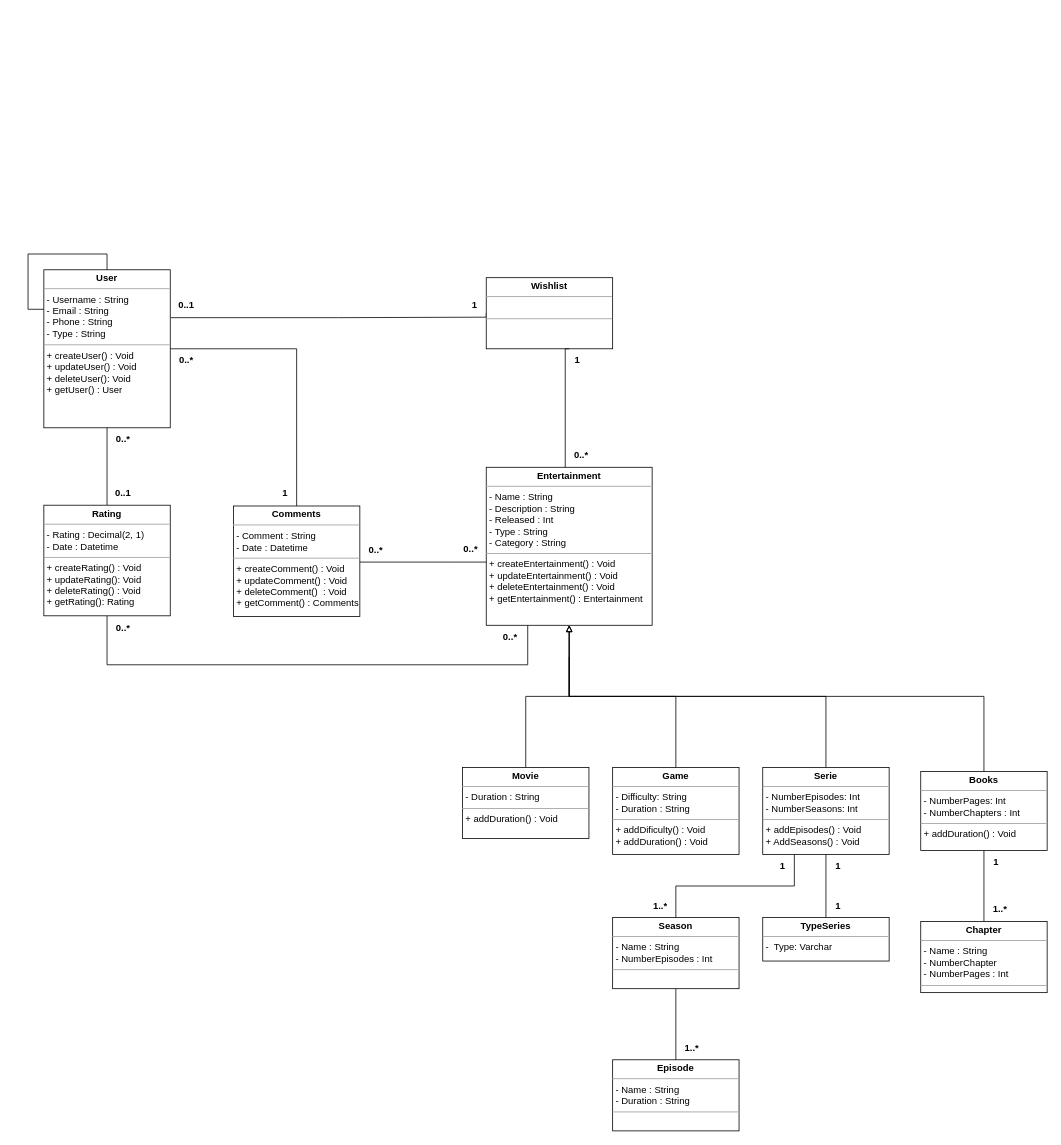
Above: Diagramas/Diagrama_de_classes.drawio in ViniciusDamiaoSilveira/Be-Connect (draw.io), before the change. Source tidied: cells renumbered, new cells numbered last; positions are measured from the earlier drawing's top-left corner, leaving out a move shared by most shapes. Both pictures are drawn from the tidied source at 79%, with x=0, y=0 at pixel (28, 254).
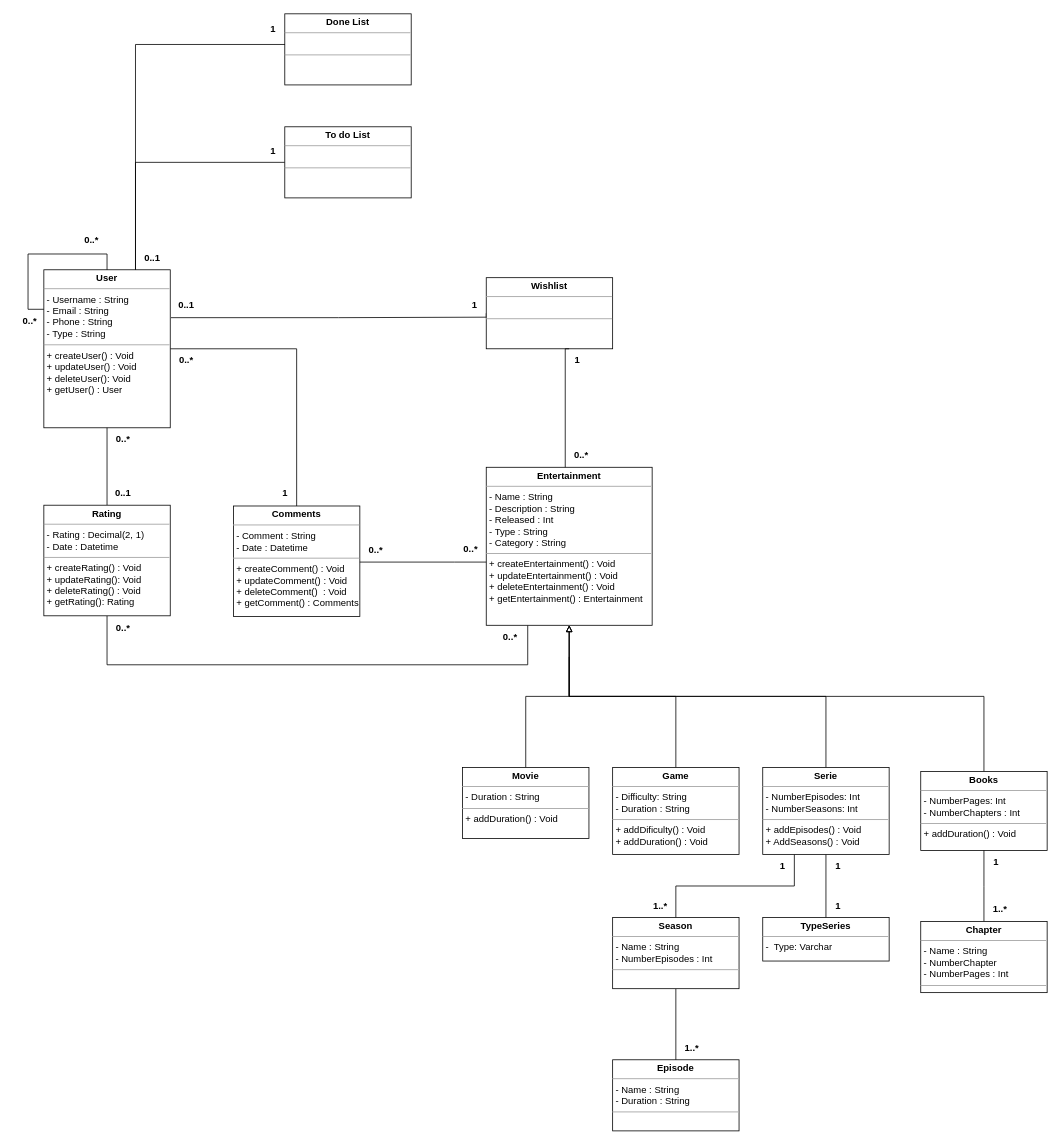
Above is the later version.

The change refers to these unchanged cells:
```xml
<mxCell id="6" value="&lt;p style=&quot;margin:0px;margin-top:4px;text-align:center;&quot;&gt;&lt;b&gt;User&lt;/b&gt;&lt;/p&gt;&lt;hr size=&quot;1&quot;&gt;&lt;p style=&quot;margin:0px;margin-left:4px;&quot;&gt;- Username : String&lt;/p&gt;&lt;p style=&quot;margin:0px;margin-left:4px;&quot;&gt;- Email : String&lt;/p&gt;&lt;p style=&quot;margin:0px;margin-left:4px;&quot;&gt;- Phone : String&lt;/p&gt;&lt;p style=&quot;margin:0px;margin-left:4px;&quot;&gt;- Type : String&lt;/p&gt;&lt;hr size=&quot;1&quot;&gt;&lt;p style=&quot;margin:0px;margin-left:4px;&quot;&gt;&lt;span style=&quot;background-color: initial;&quot;&gt;+ createUser() : Void&lt;/span&gt;&lt;br&gt;&lt;/p&gt;&lt;p style=&quot;margin:0px;margin-left:4px;&quot;&gt;+ updateUser() : Void&lt;/p&gt;&lt;p style=&quot;margin:0px;margin-left:4px;&quot;&gt;+ deleteUser(): Void&lt;br&gt;&lt;/p&gt;&lt;p style=&quot;border-color: var(--border-color); margin: 0px 0px 0px 4px;&quot;&gt;+ getUser() : User&lt;/p&gt;" style="verticalAlign=top;align=left;overflow=fill;fontSize=12;fontFamily=Helvetica;html=1;whiteSpace=wrap;" parent="1" vertex="1">
  <mxGeometry x="20" y="20" width="160" height="200" as="geometry" />
</mxCell>
```

Diff of the diagram source:
```diff
@@
+    <mxCell id="50" style="edgeStyle=orthogonalEdgeStyle;rounded=0;jettySize=auto;html=1;entryX=0;entryY=0.5;entryDx=0;entryDy=0;endArrow=none;endFill=0;" parent="1" edge="1" source="6" target="53">
+      <mxGeometry relative="1" as="geometry">
+        <Array as="points">
+          <mxPoint x="136" y="-116" />
+        </Array>
+      </mxGeometry>
+    </mxCell>
@@
+    <mxCell id="51" value="&lt;b&gt;0..*&lt;/b&gt;" style="text;html=1;align=center;verticalAlign=middle;strokeColor=none;fillColor=none;" parent="1" vertex="1">
+      <mxGeometry x="60" y="-32" width="40" height="30" as="geometry" />
+    </mxCell>
+    <mxCell id="52" value="&lt;b&gt;0..*&lt;/b&gt;" style="text;html=1;align=center;verticalAlign=middle;strokeColor=none;fillColor=none;" parent="1" vertex="1">
+      <mxGeometry x="-18" y="70" width="40" height="30" as="geometry" />
+    </mxCell>
+    <mxCell id="53" value="&lt;p style=&quot;margin:0px;margin-top:4px;text-align:center;&quot;&gt;&lt;b&gt;To do List&lt;/b&gt;&lt;/p&gt;&lt;hr size=&quot;1&quot;&gt;&lt;p style=&quot;margin:0px;margin-left:4px;&quot;&gt;&lt;br&gt;&lt;/p&gt;&lt;hr size=&quot;1&quot;&gt;&lt;p style=&quot;margin:0px;margin-left:4px;&quot;&gt;&lt;br&gt;&lt;/p&gt;" style="verticalAlign=top;align=left;overflow=fill;fontSize=12;fontFamily=Helvetica;html=1;whiteSpace=wrap;" parent="1" vertex="1">
+      <mxGeometry x="325" y="-161" width="160" height="90" as="geometry" />
+    </mxCell>
+    <mxCell id="54" value="&lt;p style=&quot;margin:0px;margin-top:4px;text-align:center;&quot;&gt;&lt;b&gt;Done List&lt;/b&gt;&lt;/p&gt;&lt;hr size=&quot;1&quot;&gt;&lt;p style=&quot;margin:0px;margin-left:4px;&quot;&gt;&lt;br&gt;&lt;/p&gt;&lt;hr size=&quot;1&quot;&gt;&lt;p style=&quot;margin:0px;margin-left:4px;&quot;&gt;&lt;br&gt;&lt;/p&gt;" style="verticalAlign=top;align=left;overflow=fill;fontSize=12;fontFamily=Helvetica;html=1;whiteSpace=wrap;" parent="1" vertex="1">
+      <mxGeometry x="325" y="-304" width="160" height="90" as="geometry" />
+    </mxCell>
+    <mxCell id="55" style="edgeStyle=orthogonalEdgeStyle;rounded=0;jettySize=auto;html=1;entryX=0.001;entryY=0.431;entryDx=0;entryDy=0;entryPerimeter=0;endArrow=none;endFill=0;" parent="1" edge="1" source="6" target="54">
+      <mxGeometry relative="1" as="geometry">
+        <Array as="points">
+          <mxPoint x="136" y="-265" />
+        </Array>
+      </mxGeometry>
+    </mxCell>
+    <mxCell id="56" value="&lt;b&gt;0..1&lt;/b&gt;" style="text;html=1;align=center;verticalAlign=middle;strokeColor=none;fillColor=none;" parent="1" vertex="1">
+      <mxGeometry x="137" y="-10" width="40" height="30" as="geometry" />
+    </mxCell>
+    <mxCell id="57" value="&lt;b&gt;1&lt;/b&gt;" style="text;html=1;align=center;verticalAlign=middle;strokeColor=none;fillColor=none;" parent="1" vertex="1">
+      <mxGeometry x="295" y="-145" width="30" height="30" as="geometry" />
+    </mxCell>
+    <mxCell id="58" value="&lt;b&gt;1&lt;/b&gt;" style="text;html=1;align=center;verticalAlign=middle;strokeColor=none;fillColor=none;" parent="1" vertex="1">
+      <mxGeometry x="295" y="-300" width="30" height="30" as="geometry" />
+    </mxCell>
```
